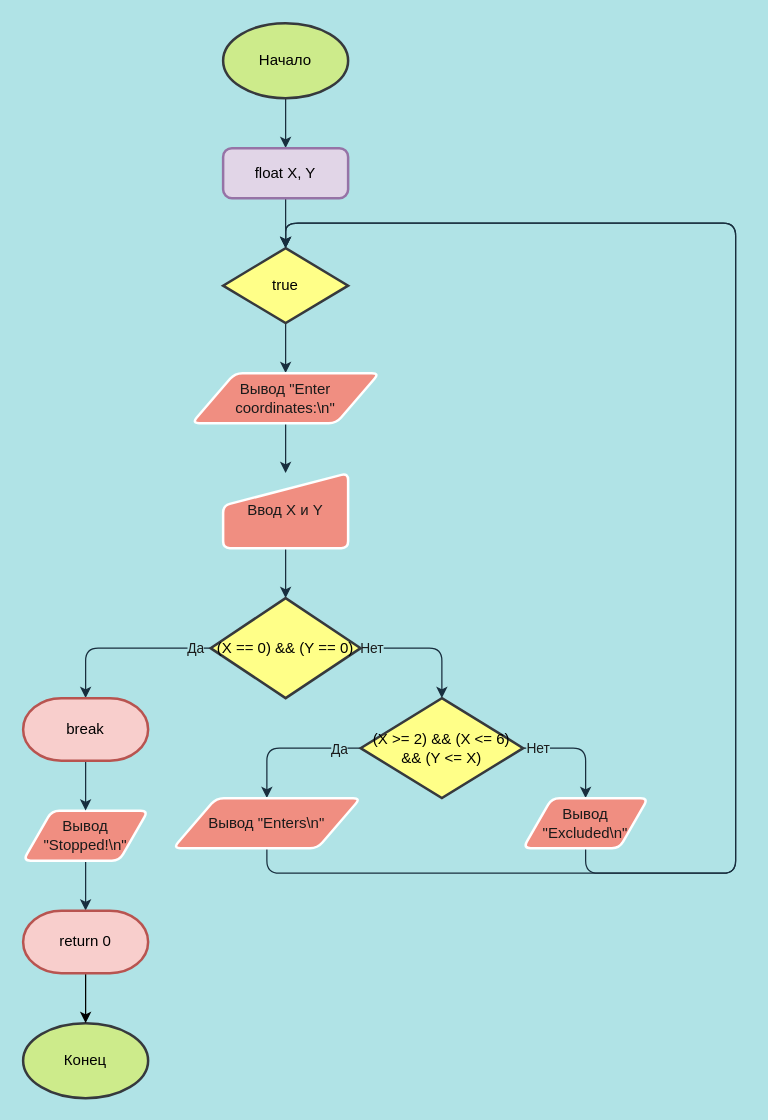
Before: page "Лабораторная работа №1" (1 of 3) of flowcharts_for_labs1-3.drawio in MoonFoxy/Programming_labs, a draw.io diagram. Source tidied: cells renumbered, new cells numbered last; positions are measured from the earlier drawing's top-left corner, leaving out a move shared by most shapes. Both pictures are drawn from the tidied source at 125%, with x=0, y=0 at pixel (22, 22).
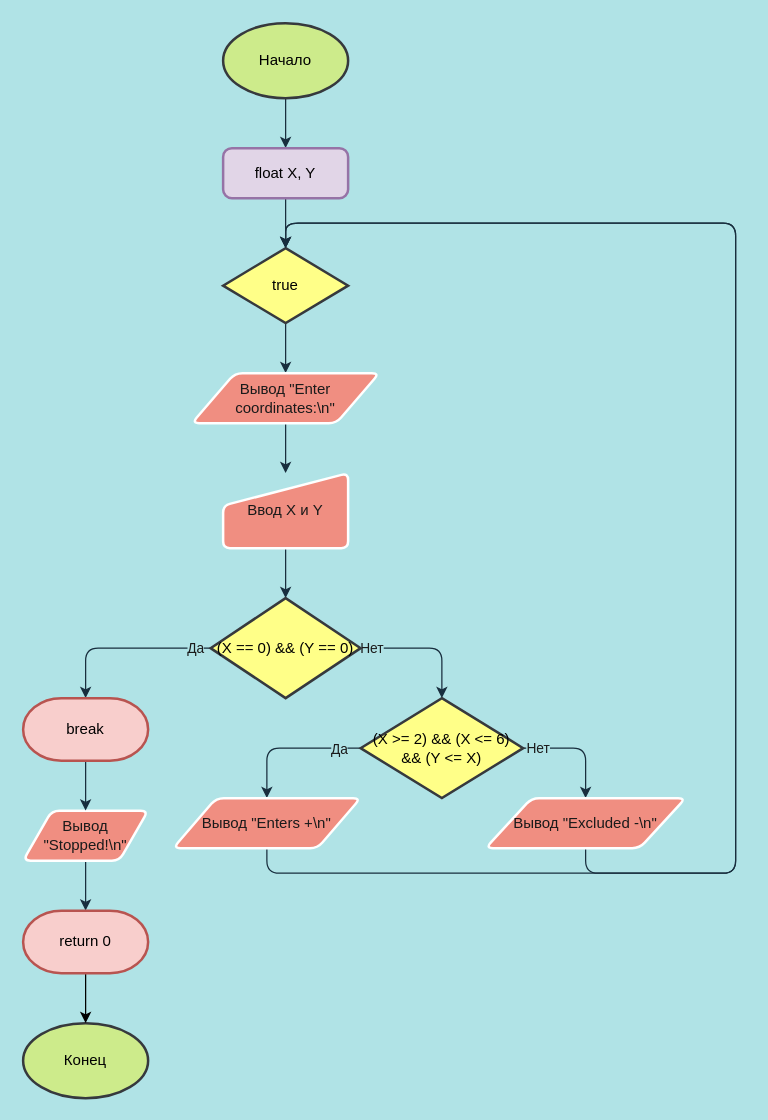
After the change.

The edit, as a diff of the source:
```diff
@@
-    <mxCell id="28" value="Вывод &quot;Enters\n&quot;" style="shape=parallelogram;html=1;strokeWidth=2;perimeter=parallelogramPerimeter;whiteSpace=wrap;arcSize=12;size=0.23;sketch=0;fillColor=#F08E81;fontColor=#1A1A1A;strokeColor=#FFFFFF;rounded=1;" parent="1" vertex="1">
+    <mxCell id="28" value="Вывод &quot;Enters +\n&quot;" style="shape=parallelogram;html=1;strokeWidth=2;perimeter=parallelogramPerimeter;whiteSpace=wrap;arcSize=12;size=0.23;sketch=0;fillColor=#F08E81;fontColor=#1A1A1A;strokeColor=#FFFFFF;rounded=1;" parent="1" vertex="1">
       <mxGeometry x="120" y="620" width="150" height="40" as="geometry" />
     </mxCell>
@@
-    <mxCell id="30" value="Вывод &quot;Excluded\n&quot;" style="shape=parallelogram;html=1;strokeWidth=2;perimeter=parallelogramPerimeter;whiteSpace=wrap;arcSize=12;size=0.23;sketch=0;fillColor=#F08E81;fontColor=#1A1A1A;strokeColor=#FFFFFF;rounded=1;" parent="1" vertex="1">
-      <mxGeometry x="400" y="620" width="100" height="40" as="geometry" />
+    <mxCell id="30" value="Вывод &quot;Excluded -\n&quot;" style="shape=parallelogram;html=1;strokeWidth=2;perimeter=parallelogramPerimeter;whiteSpace=wrap;arcSize=12;size=0.23;sketch=0;fillColor=#F08E81;fontColor=#1A1A1A;strokeColor=#FFFFFF;rounded=1;" parent="1" vertex="1">
+      <mxGeometry x="370" y="620" width="160" height="40" as="geometry" />
     </mxCell>
```
